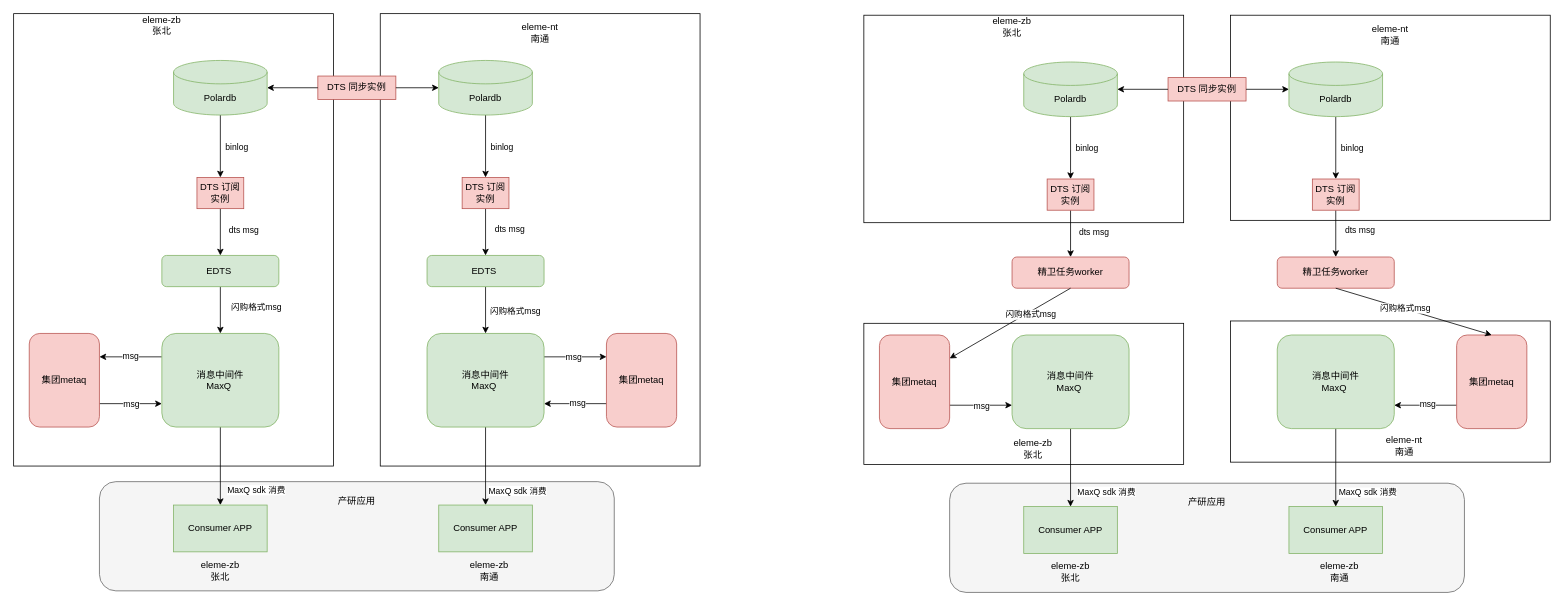
zwmcoder/drawio_source keeps this draw.io diagram as page "Page-3" (3 of 3) of eleme/Untitled Diagram.drawio. Above is the earlier version. Source tidied: cells renumbered, new cells numbered last; positions are measured from the earlier drawing's top-left corner, leaving out a move shared by most shapes. Both pictures are drawn from the tidied source at 78%, with x=0, y=0 at pixel (13, 13).
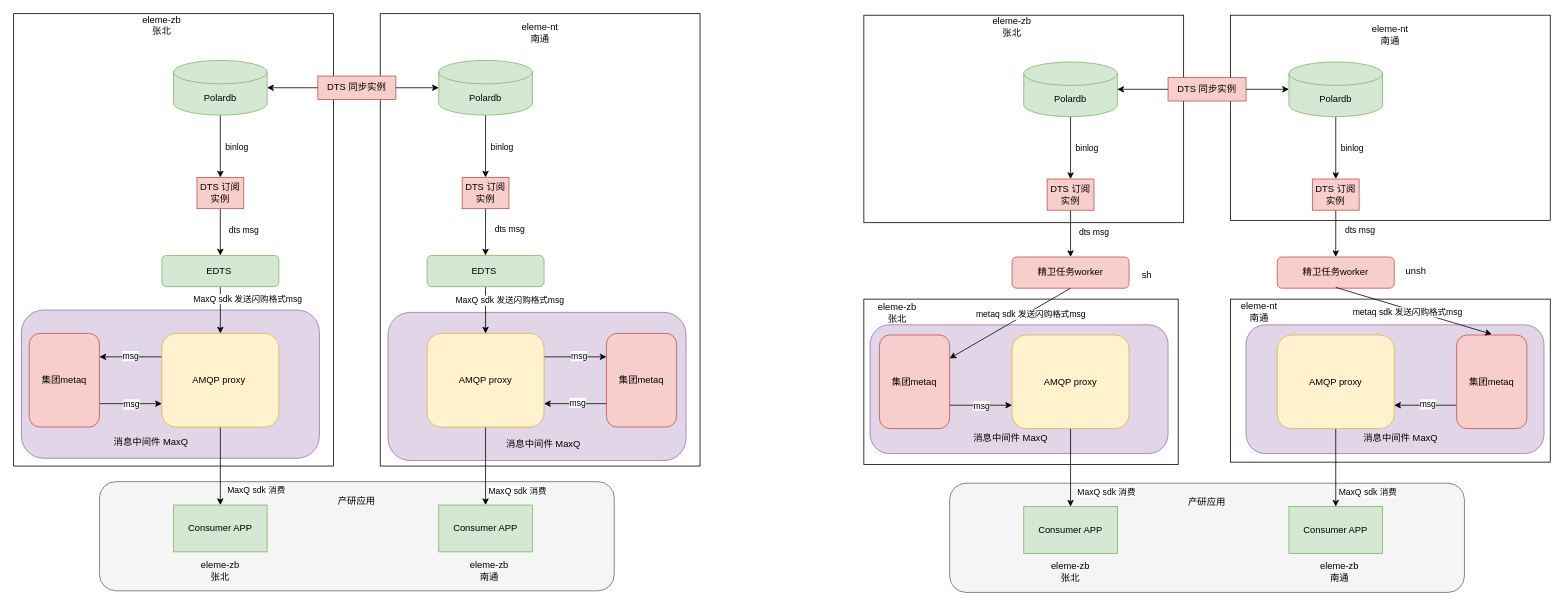
The same diagram, later.

Unchanged cells that the change refers to:
```xml
<mxCell id="21" style="edgeStyle=orthogonalEdgeStyle;rounded=0;jettySize=auto;html=1;exitX=0.5;exitY=1;exitDx=0;exitDy=0;entryX=0.5;entryY=0;entryDx=0;entryDy=0;" parent="1" edge="1" source="23" target="31">
  <mxGeometry relative="1" as="geometry" />
</mxCell>
<mxCell id="36" style="edgeStyle=orthogonalEdgeStyle;rounded=0;jettySize=auto;html=1;exitX=1;exitY=0.25;exitDx=0;exitDy=0;entryX=0;entryY=0.25;entryDx=0;entryDy=0;" parent="1" edge="1" source="40" target="43">
  <mxGeometry relative="1" as="geometry" />
</mxCell>
<mxCell id="44" value="Consumer APP" style="rounded=0;whiteSpace=wrap;html=1;fillColor=#d5e8d4;strokeColor=#82b366;" parent="1" vertex="1">
  <mxGeometry x="545" y="630" width="120" height="60" as="geometry" />
</mxCell>
<mxCell id="68" value="精卫任务worker" style="rounded=1;whiteSpace=wrap;html=1;fillColor=#f8cecc;strokeColor=#b85450;" parent="1" vertex="1">
  <mxGeometry x="1620" y="312" width="150" height="40" as="geometry" />
</mxCell>
<mxCell id="82" value="集团metaq" style="rounded=1;whiteSpace=wrap;html=1;fillColor=#f8cecc;strokeColor=#b85450;" parent="1" vertex="1">
  <mxGeometry x="1850" y="412" width="90" height="120" as="geometry" />
</mxCell>
<mxCell id="90" style="endArrow=classic;html=1;rounded=0;exitX=0.5;exitY=1;exitDx=0;exitDy=0;entryX=1;entryY=0.25;entryDx=0;entryDy=0;" parent="1" edge="1" source="67" target="75">
  <mxGeometry relative="1" as="geometry" />
</mxCell>
```

What changed in the source:
```diff
@@
     <mxCell id="2" style="rounded=0;whiteSpace=wrap;html=1;" parent="1" vertex="1">
-      <mxGeometry x="1560" y="394" width="410" height="181" as="geometry" />
+      <mxGeometry x="1560" y="366" width="410" height="209" as="geometry" />
     </mxCell>
+    <mxCell id="96" style="rounded=1;whiteSpace=wrap;html=1;fillColor=#e1d5e7;strokeColor=#9673a6;" parent="1" vertex="1">
+      <mxGeometry x="1580" y="399" width="382" height="165" as="geometry" />
+    </mxCell>
     <mxCell id="3" style="rounded=0;whiteSpace=wrap;html=1;" parent="1" vertex="1">
-      <mxGeometry x="1090" y="397" width="410" height="181" as="geometry" />
+      <mxGeometry x="1090" y="366" width="403" height="212" as="geometry" />
     </mxCell>
+    <mxCell id="97" style="rounded=1;whiteSpace=wrap;html=1;fillColor=#e1d5e7;strokeColor=#9673a6;" parent="1" vertex="1">
+      <mxGeometry x="1098" y="399" width="382" height="165" as="geometry" />
+    </mxCell>
@@
+    <mxCell id="98" style="rounded=1;whiteSpace=wrap;html=1;fillColor=#e1d5e7;strokeColor=#9673a6;" parent="1" vertex="1">
+      <mxGeometry x="480" y="383" width="382" height="190" as="geometry" />
+    </mxCell>
@@
+    <mxCell id="99" style="rounded=1;whiteSpace=wrap;html=1;fillColor=#e1d5e7;strokeColor=#9673a6;" parent="1" vertex="1">
+      <mxGeometry x="10" y="380" width="382" height="190" as="geometry" />
+    </mxCell>
@@
-    <mxCell id="22" value="闪购格式msg" style="edgeLabel;html=1;align=center;verticalAlign=middle;" parent="21" vertex="1">
+    <mxCell id="22" value="MaxQ sdk 发送闪购格式msg" style="edgeLabel;html=1;align=center;verticalAlign=middle;" parent="21" vertex="1">
       <mxGeometry x="-0.13" relative="1" as="geometry">
-        <mxPoint x="45" as="offset" />
+        <mxPoint x="34" y="-11" as="offset" />
       </mxGeometry>
     </mxCell>
@@
-    <mxCell id="31" value="消息中间件&lt;div&gt;MaxQ&amp;nbsp;&lt;/div&gt;" style="rounded=1;whiteSpace=wrap;html=1;fillColor=#d5e8d4;strokeColor=#82b366;" parent="1" vertex="1">
+    <mxCell id="31" value="&lt;div&gt;AMQP proxy&amp;nbsp;&lt;/div&gt;" style="rounded=1;whiteSpace=wrap;html=1;fillColor=#fff2cc;strokeColor=#d6b656;" parent="1" vertex="1">
       <mxGeometry x="190" y="410" width="150" height="120" as="geometry" />
     </mxCell>
@@
+    <mxCell id="38" style="edgeStyle=orthogonalEdgeStyle;rounded=0;jettySize=auto;html=1;exitX=0.5;exitY=1;exitDx=0;exitDy=0;entryX=0.5;entryY=0;entryDx=0;entryDy=0;" parent="1" edge="1" source="40" target="44">
+      <mxGeometry relative="1" as="geometry" />
+    </mxCell>
+    <mxCell id="39" value="MaxQ sdk 消费" style="edgeLabel;html=1;align=center;verticalAlign=middle;" parent="38" vertex="1">
+      <mxGeometry x="-0.05" y="2" relative="1" as="geometry">
+        <mxPoint x="38" y="33" as="offset" />
+      </mxGeometry>
+    </mxCell>
@@
     <mxCell id="37" value="msg" style="edgeLabel;html=1;align=center;verticalAlign=middle;" parent="36" vertex="1">
-      <mxGeometry x="-0.07" relative="1" as="geometry" />
+      <mxGeometry x="0.09" y="2" relative="1" as="geometry" />
     </mxCell>
-    <mxCell id="38" style="edgeStyle=orthogonalEdgeStyle;rounded=0;jettySize=auto;html=1;exitX=0.5;exitY=1;exitDx=0;exitDy=0;entryX=0.5;entryY=0;entryDx=0;entryDy=0;" parent="1" edge="1" source="40" target="44">
-      <mxGeometry relative="1" as="geometry" />
-    </mxCell>
-    <mxCell id="39" value="MaxQ sdk 消费" style="edgeLabel;html=1;align=center;verticalAlign=middle;" parent="38" vertex="1">
-      <mxGeometry x="-0.05" y="2" relative="1" as="geometry">
-        <mxPoint x="38" y="33" as="offset" />
-      </mxGeometry>
-    </mxCell>
-    <mxCell id="40" value="消息中间件&lt;div&gt;MaxQ&amp;nbsp;&lt;/div&gt;" style="rounded=1;whiteSpace=wrap;html=1;fillColor=#d5e8d4;strokeColor=#82b366;" parent="1" vertex="1">
+    <mxCell id="40" value="AMQP proxy" style="rounded=1;whiteSpace=wrap;html=1;fillColor=#fff2cc;strokeColor=#d6b656;" parent="1" vertex="1">
       <mxGeometry x="530" y="410" width="150" height="120" as="geometry" />
     </mxCell>
@@
-    <mxCell id="72" value="消息中间件&lt;div&gt;MaxQ&amp;nbsp;&lt;/div&gt;" style="rounded=1;whiteSpace=wrap;html=1;fillColor=#d5e8d4;strokeColor=#82b366;" parent="1" vertex="1">
+    <mxCell id="72" value="AMQP proxy" style="rounded=1;whiteSpace=wrap;html=1;fillColor=#fff2cc;strokeColor=#d6b656;" parent="1" vertex="1">
       <mxGeometry x="1280" y="412" width="150" height="120" as="geometry" />
     </mxCell>
@@
-    <mxCell id="79" value="消息中间件&lt;div&gt;MaxQ&amp;nbsp;&lt;/div&gt;" style="rounded=1;whiteSpace=wrap;html=1;fillColor=#d5e8d4;strokeColor=#82b366;" parent="1" vertex="1">
+    <mxCell id="79" value="AMQP proxy" style="rounded=1;whiteSpace=wrap;html=1;fillColor=#fff2cc;strokeColor=#d6b656;" parent="1" vertex="1">
       <mxGeometry x="1620" y="412" width="150" height="120" as="geometry" />
     </mxCell>
@@
-    <mxCell id="89" value="闪购格式msg" style="edgeLabel;html=1;align=center;verticalAlign=middle;" parent="1" vertex="1">
-      <mxGeometry x="642" y="380" as="geometry" />
-    </mxCell>
@@
-    <mxCell id="91" value="闪购格式msg" style="edgeLabel;html=1;align=center;verticalAlign=middle;" parent="90" vertex="1">
+    <mxCell id="91" value="metaq sdk 发送闪购格式msg" style="edgeLabel;html=1;align=center;verticalAlign=middle;" parent="90" vertex="1">
       <mxGeometry x="-0.42" y="1" relative="1" as="geometry">
         <mxPoint x="-7" y="7" as="offset" />
       </mxGeometry>
     </mxCell>
-    <mxCell id="92" style="endArrow=classic;html=1;rounded=0;exitX=0.5;exitY=1;exitDx=0;exitDy=0;entryX=0.5;entryY=0;entryDx=0;entryDy=0;" parent="1" edge="1" source="68" target="82">
-      <mxGeometry relative="1" as="geometry" />
+    <mxCell id="92" style="endArrow=classic;html=1;rounded=0;exitX=0.5;exitY=1;exitDx=0;exitDy=0;entryX=0.5;entryY=0;entryDx=0;entryDy=0;" parent="1" edge="1">
+      <mxGeometry relative="1" as="geometry">
+        <mxPoint x="1695" y="351" as="sourcePoint" />
+        <mxPoint x="1895" y="411" as="targetPoint" />
+      </mxGeometry>
     </mxCell>
-    <mxCell id="93" value="闪购格式msg" style="edgeLabel;html=1;align=center;verticalAlign=middle;" parent="92" vertex="1">
-      <mxGeometry x="-0.12" y="1" relative="1" as="geometry" />
+    <mxCell id="93" value="metaq sdk 发送闪购格式msg" style="edgeLabel;html=1;align=center;verticalAlign=middle;" parent="92" vertex="1">
+      <mxGeometry x="-0.12" y="1" relative="1" as="geometry">
+        <mxPoint x="3" y="6" as="offset" />
+      </mxGeometry>
     </mxCell>
+    <mxCell id="95" value="eleme-nt&lt;div&gt;南通&lt;/div&gt;" style="text;html=1;whiteSpace=wrap;strokeColor=none;fillColor=none;align=center;verticalAlign=middle;rounded=0;" parent="1" vertex="1">
+      <mxGeometry x="1567" y="367" width="60" height="30" as="geometry" />
+    </mxCell>
+    <mxCell id="100" value="sh" style="text;html=1;whiteSpace=wrap;strokeColor=none;fillColor=none;align=center;verticalAlign=middle;rounded=0;" parent="1" vertex="1">
+      <mxGeometry x="1423" y="320" width="60" height="30" as="geometry" />
+    </mxCell>
+    <mxCell id="101" value="unsh" style="text;html=1;whiteSpace=wrap;strokeColor=none;fillColor=none;align=center;verticalAlign=middle;rounded=0;" parent="1" vertex="1">
+      <mxGeometry x="1768" y="315" width="60" height="30" as="geometry" />
+    </mxCell>
+    <mxCell id="102" value="消息中间件&amp;nbsp;&lt;span style=&quot;background-color: transparent; color: light-dark(rgb(0, 0, 0), rgb(255, 255, 255));&quot;&gt;MaxQ&amp;nbsp;&lt;/span&gt;" style="text;html=1;whiteSpace=wrap;strokeColor=none;fillColor=none;align=center;verticalAlign=middle;rounded=0;" parent="1" vertex="1">
+      <mxGeometry x="121" y="534" width="114" height="30" as="geometry" />
+    </mxCell>
+    <mxCell id="103" value="消息中间件&amp;nbsp;&lt;span style=&quot;background-color: transparent; color: light-dark(rgb(0, 0, 0), rgb(255, 255, 255));&quot;&gt;MaxQ&amp;nbsp;&lt;/span&gt;" style="text;html=1;whiteSpace=wrap;strokeColor=none;fillColor=none;align=center;verticalAlign=middle;rounded=0;" parent="1" vertex="1">
+      <mxGeometry x="624" y="537" width="114" height="30" as="geometry" />
+    </mxCell>
     <mxCell id="94" value="eleme-zb&lt;div&gt;张北&lt;/div&gt;" style="text;html=1;whiteSpace=wrap;strokeColor=none;fillColor=none;align=center;verticalAlign=middle;rounded=0;" parent="1" vertex="1">
-      <mxGeometry x="1277" y="543" width="60" height="30" as="geometry" />
+      <mxGeometry x="1103" y="369" width="60" height="30" as="geometry" />
     </mxCell>
-    <mxCell id="95" value="eleme-nt&lt;div&gt;南通&lt;/div&gt;" style="text;html=1;whiteSpace=wrap;strokeColor=none;fillColor=none;align=center;verticalAlign=middle;rounded=0;" parent="1" vertex="1">
-      <mxGeometry x="1753" y="539" width="60" height="30" as="geometry" />
-    </mxCell>
+    <mxCell id="104" value="消息中间件&amp;nbsp;&lt;span style=&quot;background-color: transparent; color: light-dark(rgb(0, 0, 0), rgb(255, 255, 255));&quot;&gt;MaxQ&amp;nbsp;&lt;/span&gt;" style="text;html=1;whiteSpace=wrap;strokeColor=none;fillColor=none;align=center;verticalAlign=middle;rounded=0;" parent="1" vertex="1">
+      <mxGeometry x="1223" y="530" width="114" height="30" as="geometry" />
+    </mxCell>
+    <mxCell id="105" value="消息中间件&amp;nbsp;&lt;span style=&quot;background-color: transparent; color: light-dark(rgb(0, 0, 0), rgb(255, 255, 255));&quot;&gt;MaxQ&amp;nbsp;&lt;/span&gt;" style="text;html=1;whiteSpace=wrap;strokeColor=none;fillColor=none;align=center;verticalAlign=middle;rounded=0;" parent="1" vertex="1">
+      <mxGeometry x="1723" y="530" width="114" height="30" as="geometry" />
+    </mxCell>
+    <mxCell id="106" value="MaxQ sdk 发送闪购格式msg" style="edgeLabel;html=1;align=center;verticalAlign=middle;" parent="1" vertex="1">
+      <mxGeometry x="635" y="367" as="geometry" />
+    </mxCell>
```
